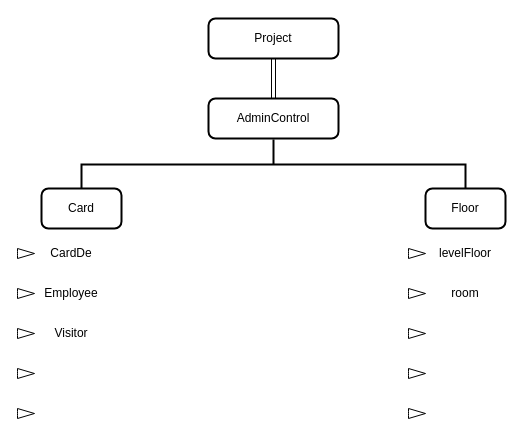
Above: Project Diagrame.drawio in Suphakit162/DII-GEN6-CompoundSEC (draw.io), before the change. Source tidied: cells renumbered, new cells numbered last; positions are measured from the earlier drawing's top-left corner, leaving out a move shared by most shapes. Both pictures are drawn from the tidied source at 100%, with x=0, y=0 at pixel (17, -28).
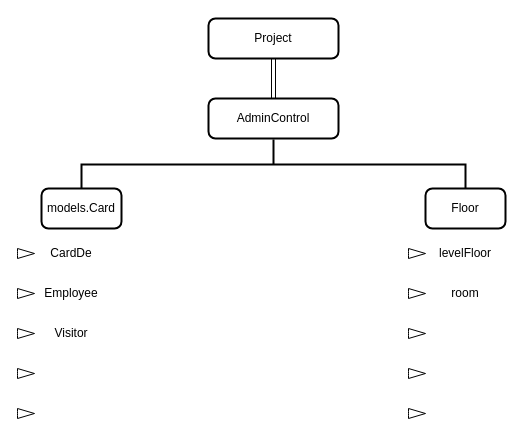
After the change.

What changed in the source:
```diff
@@
-    <mxCell id="6" value="Card" style="rounded=1;whiteSpace=wrap;html=1;absoluteArcSize=1;arcSize=14;strokeWidth=2;" parent="1" vertex="1">
+    <mxCell id="6" value="models.Card" style="rounded=1;whiteSpace=wrap;html=1;absoluteArcSize=1;arcSize=14;strokeWidth=2;" parent="1" vertex="1">
       <mxGeometry x="24" y="216" width="80" height="40" as="geometry" />
     </mxCell>
```
